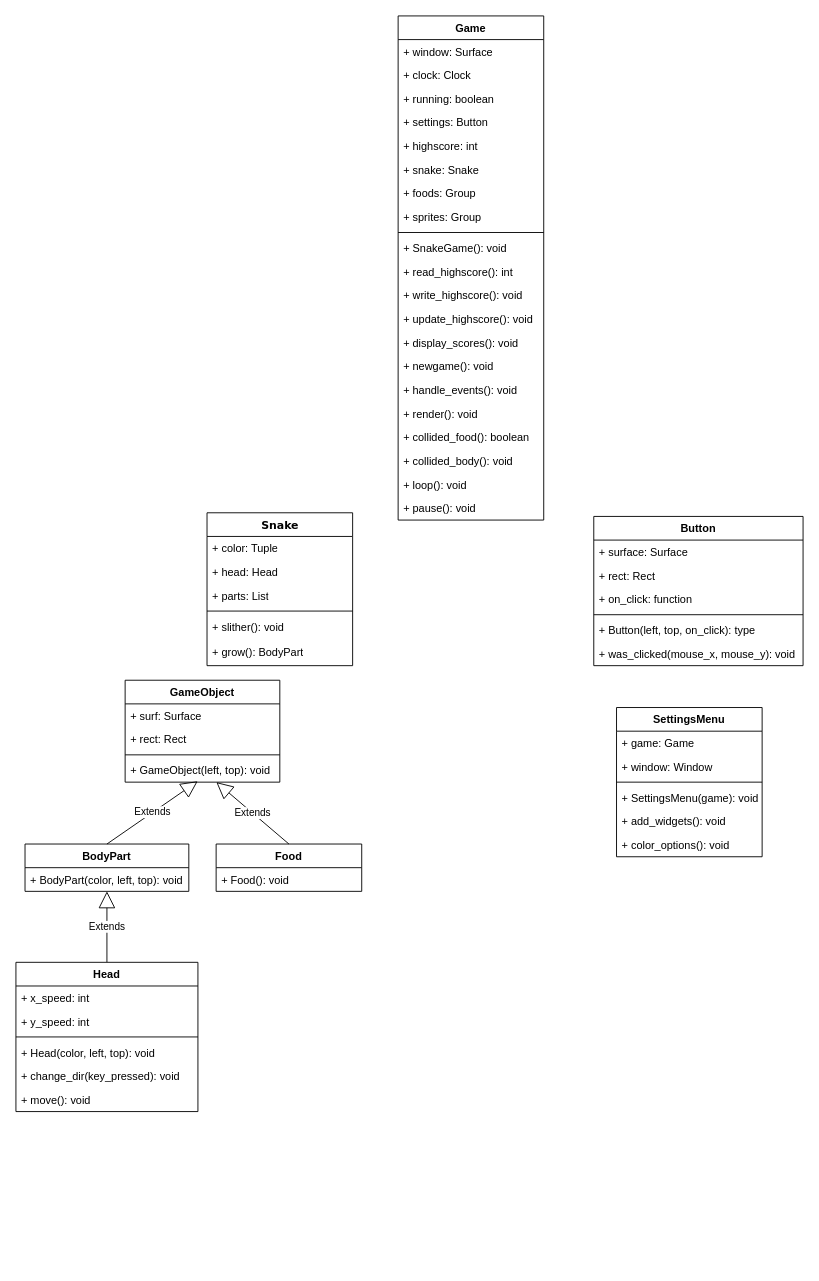
JaffarDev/Snakery keeps this draw.io diagram as design/Snakery UML Diagram.drawio. Above is the earlier version. Source tidied: cells renumbered, new cells numbered last; positions are measured from the earlier drawing's top-left corner, leaving out a move shared by most shapes. Both pictures are drawn from the tidied source at 91%, with x=0, y=0 at pixel (15, 15).
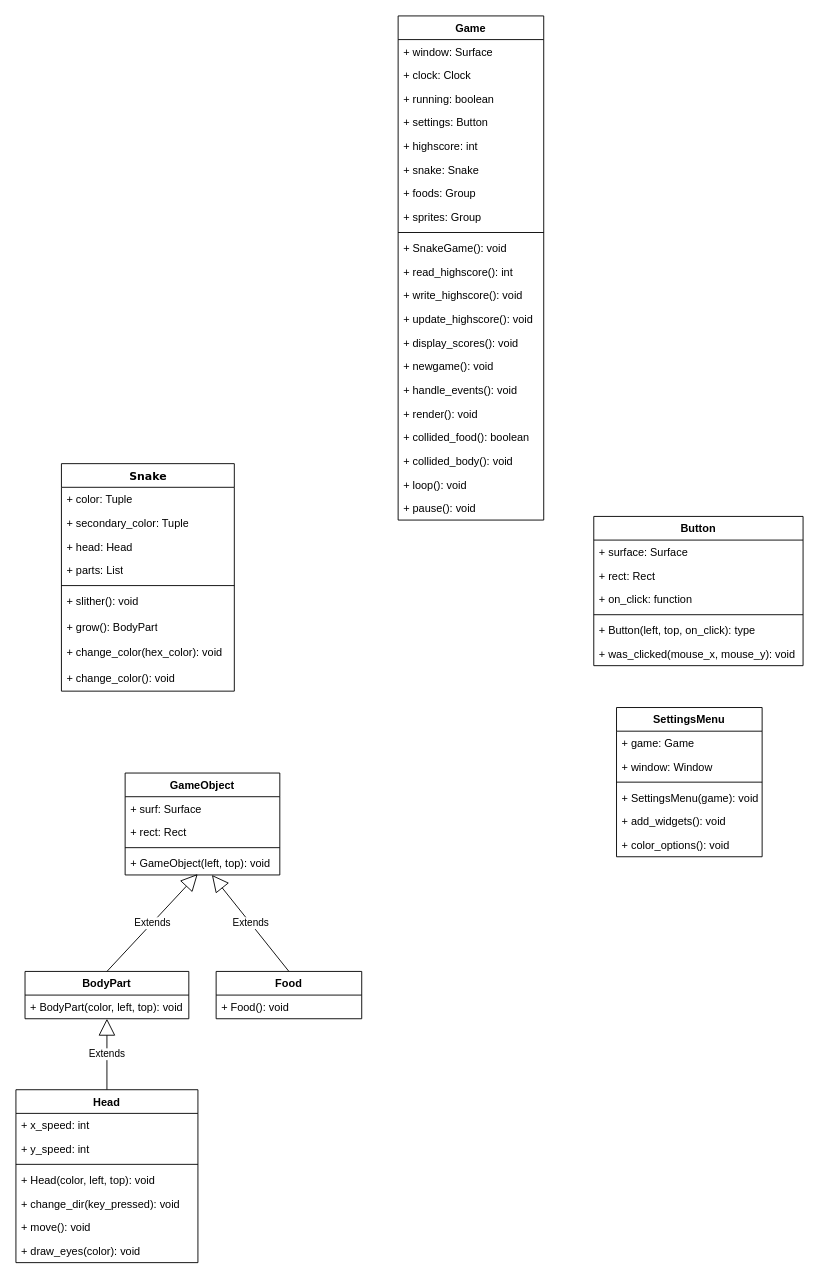
After the change.

Commit message (it also covers changes not shown here):
Made stripes and eyes for snake.

Change to the diagram source:
```diff
@@
     <mxCell id="2" value="Snake" style="swimlane;html=1;fontStyle=1;align=center;verticalAlign=top;horizontal=1;startSize=26;swimlaneFillColor=#ffffff;rounded=0;shadow=0;comic=0;labelBackgroundColor=none;strokeWidth=1;fillColor=none;fontFamily=Verdana;fontSize=12;" parent="1" vertex="1">
-      <mxGeometry x="210" y="546" width="160" height="168" as="geometry" />
+      <mxGeometry x="50" y="492" width="190" height="250" as="geometry" />
     </mxCell>
     <mxCell id="3" value="+ color: Tuple" style="text;html=1;strokeColor=none;fillColor=none;align=left;verticalAlign=top;spacingLeft=4;spacingRight=4;whiteSpace=wrap;overflow=hidden;" parent="2" vertex="1">
-      <mxGeometry y="26" width="160" height="26" as="geometry" />
+      <mxGeometry y="26" width="190" height="26" as="geometry" />
     </mxCell>
+    <mxCell id="64" value="+ secondary_color: Tuple" style="text;html=1;strokeColor=none;fillColor=none;align=left;verticalAlign=top;spacingLeft=4;spacingRight=4;whiteSpace=wrap;overflow=hidden;" parent="2" vertex="1">
+      <mxGeometry y="52" width="190" height="26" as="geometry" />
+    </mxCell>
     <mxCell id="4" value="+ head: Head" style="text;html=1;strokeColor=none;fillColor=none;align=left;verticalAlign=top;spacingLeft=4;spacingRight=4;whiteSpace=wrap;overflow=hidden;" parent="2" vertex="1">
-      <mxGeometry y="52" width="160" height="26" as="geometry" />
+      <mxGeometry y="78" width="190" height="26" as="geometry" />
     </mxCell>
     <mxCell id="5" value="+ parts: List" style="text;html=1;strokeColor=none;fillColor=none;align=left;verticalAlign=top;spacingLeft=4;spacingRight=4;whiteSpace=wrap;overflow=hidden;" parent="2" vertex="1">
-      <mxGeometry y="78" width="160" height="26" as="geometry" />
+      <mxGeometry y="104" width="190" height="26" as="geometry" />
     </mxCell>
     <mxCell id="6" style="line;html=1;strokeWidth=1;fillColor=none;align=left;verticalAlign=middle;spacingTop=-1;spacingLeft=3;spacingRight=3;labelPosition=right;" parent="2" vertex="1">
-      <mxGeometry y="104" width="160" height="8" as="geometry" />
+      <mxGeometry y="130" width="190" height="8" as="geometry" />
     </mxCell>
     <mxCell id="7" value="+ slither(): void" style="text;html=1;strokeColor=none;fillColor=none;align=left;verticalAlign=top;spacingLeft=4;spacingRight=4;whiteSpace=wrap;overflow=hidden;" parent="2" vertex="1">
-      <mxGeometry y="112" width="160" height="28" as="geometry" />
+      <mxGeometry y="138" width="190" height="28" as="geometry" />
     </mxCell>
     <mxCell id="8" value="+ grow(): BodyPart" style="text;html=1;strokeColor=none;fillColor=none;align=left;verticalAlign=top;spacingLeft=4;spacingRight=4;whiteSpace=wrap;overflow=hidden;" parent="2" vertex="1">
-      <mxGeometry y="140" width="160" height="28" as="geometry" />
+      <mxGeometry y="166" width="190" height="28" as="geometry" />
     </mxCell>
+    <mxCell id="65" value="+ change_color(hex_color): void" style="text;html=1;strokeColor=none;fillColor=none;align=left;verticalAlign=top;spacingLeft=4;spacingRight=4;whiteSpace=wrap;overflow=hidden;" parent="2" vertex="1">
+      <mxGeometry y="194" width="190" height="28" as="geometry" />
+    </mxCell>
+    <mxCell id="66" value="+ change_color(): void" style="text;html=1;strokeColor=none;fillColor=none;align=left;verticalAlign=top;spacingLeft=4;spacingRight=4;whiteSpace=wrap;overflow=hidden;" parent="2" vertex="1">
+      <mxGeometry y="222" width="190" height="28" as="geometry" />
+    </mxCell>
@@
     <mxCell id="10" value="Head" style="swimlane;fontStyle=1;align=center;verticalAlign=top;horizontal=1;startSize=26;" parent="1" vertex="1">
-      <mxGeometry y="1040" width="200" height="164" as="geometry" />
+      <mxGeometry y="1180" width="200" height="190" as="geometry" />
     </mxCell>
@@
+    <mxCell id="67" value="+ draw_eyes(color): void" style="text;strokeColor=none;fillColor=none;align=left;verticalAlign=top;spacingLeft=4;spacingRight=4;overflow=hidden;" parent="10" vertex="1">
+      <mxGeometry y="164" width="200" height="26" as="geometry" />
+    </mxCell>
     <mxCell id="17" value="BodyPart" style="swimlane;fontStyle=1;align=center;verticalAlign=top;horizontal=1;startSize=26;" parent="1" vertex="1">
-      <mxGeometry x="10" y="910" width="180" height="52" as="geometry" />
+      <mxGeometry x="10" y="1050" width="180" height="52" as="geometry" />
     </mxCell>
@@
     <mxCell id="19" value="GameObject" style="swimlane;fontStyle=1;align=center;verticalAlign=top;horizontal=1;startSize=26;" parent="1" vertex="1">
-      <mxGeometry x="120" y="730" width="170" height="112" as="geometry" />
+      <mxGeometry x="120" y="832" width="170" height="112" as="geometry" />
     </mxCell>
@@
     <mxCell id="54" value="Food" style="swimlane;fontStyle=1;align=center;verticalAlign=top;horizontal=1;startSize=26;" parent="1" vertex="1">
-      <mxGeometry x="220" y="910" width="160" height="52" as="geometry" />
+      <mxGeometry x="220" y="1050" width="160" height="52" as="geometry" />
     </mxCell>
```
